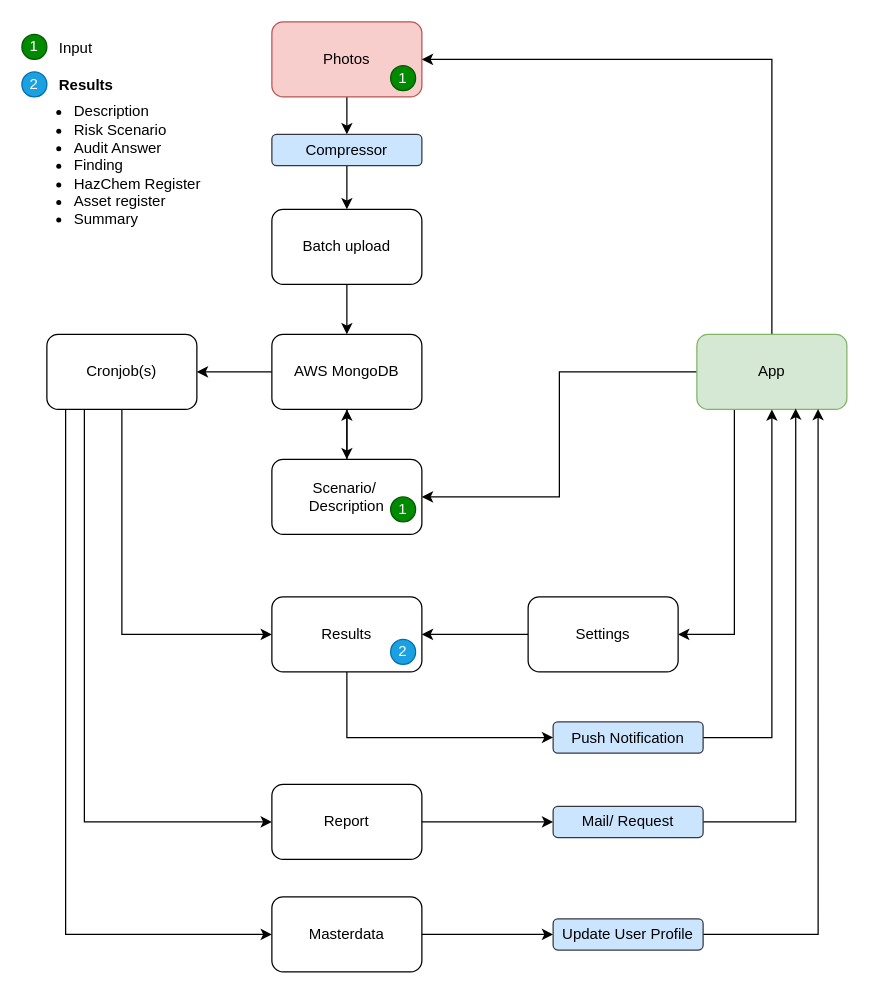
Above: App_Flow.drawio in beeplaced/audit-insight (draw.io), before the change. Source tidied: cells renumbered, new cells numbered last; positions are measured from the earlier drawing's top-left corner, leaving out a move shared by most shapes. Both pictures are drawn from the tidied source at 125%, with x=0, y=0 at pixel (21, 21).
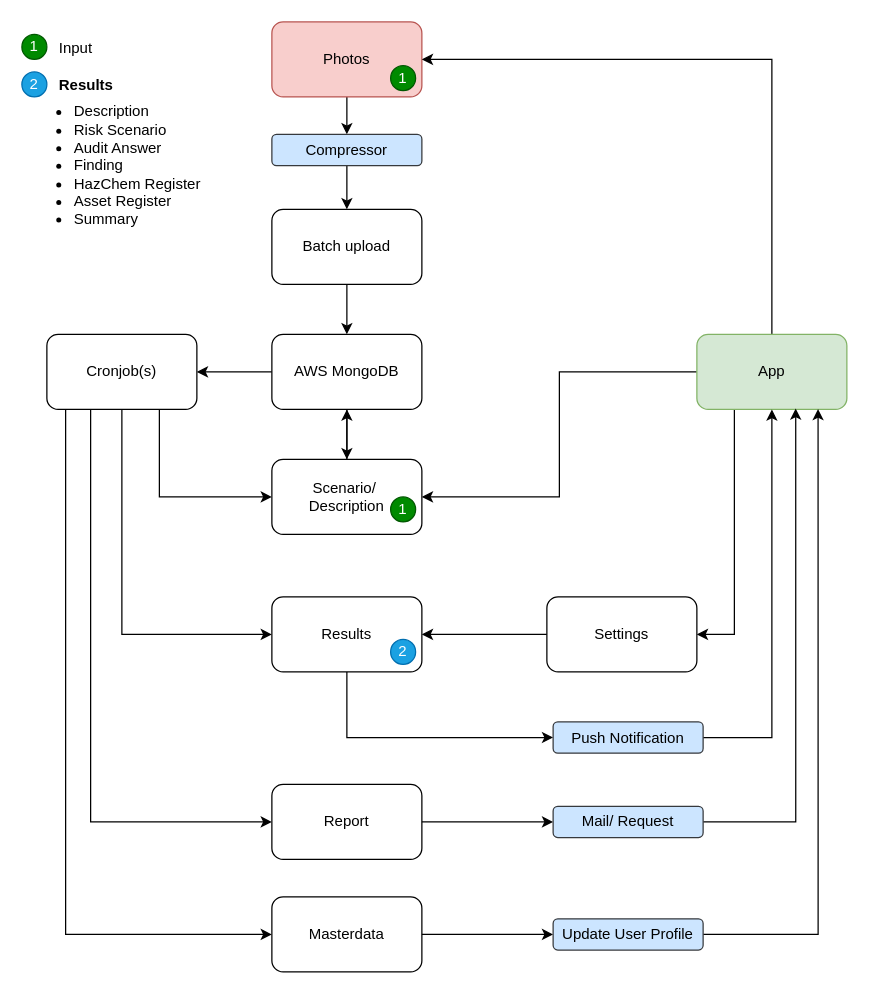
The same diagram, later.

Unchanged cells that the change refers to:
```xml
<mxCell id="12" value="Cronjob(s)" style="rounded=1;whiteSpace=wrap;html=1;" parent="1" vertex="1">
  <mxGeometry x="20" y="250" width="120" height="60" as="geometry" />
</mxCell>
<mxCell id="23" value="Scenario/&amp;nbsp;&lt;div&gt;Description&lt;/div&gt;" style="rounded=1;whiteSpace=wrap;html=1;" parent="1" vertex="1">
  <mxGeometry x="200" y="350" width="120" height="60" as="geometry" />
</mxCell>
<mxCell id="36" value="Report" style="rounded=1;whiteSpace=wrap;html=1;" parent="1" vertex="1">
  <mxGeometry x="200" y="610" width="120" height="60" as="geometry" />
</mxCell>
```

Diff of the diagram source:
```diff
@@
-    <mxCell id="10" style="edgeStyle=orthogonalEdgeStyle;rounded=0;jettySize=auto;html=1;entryX=0;entryY=0.5;entryDx=0;entryDy=0;exitX=0.25;exitY=1;exitDx=0;exitDy=0;" parent="1" edge="1" source="12" target="36">
-      <mxGeometry relative="1" as="geometry" />
+    <mxCell id="10" style="edgeStyle=orthogonalEdgeStyle;rounded=0;jettySize=auto;html=1;entryX=0;entryY=0.5;entryDx=0;entryDy=0;" parent="1" edge="1" target="36">
+      <mxGeometry relative="1" as="geometry">
+        <mxPoint x="55" y="310" as="sourcePoint" />
+        <Array as="points">
+          <mxPoint x="55" y="640" />
+        </Array>
+      </mxGeometry>
     </mxCell>
@@
+    <mxCell id="43" style="edgeStyle=orthogonalEdgeStyle;rounded=0;jettySize=auto;html=1;entryX=0;entryY=0.5;entryDx=0;entryDy=0;exitX=0.75;exitY=1;exitDx=0;exitDy=0;" parent="1" edge="1" source="12" target="23">
+      <mxGeometry relative="1" as="geometry" />
+    </mxCell>
@@
     <mxCell id="20" value="Settings" style="rounded=1;whiteSpace=wrap;html=1;" parent="1" vertex="1">
-      <mxGeometry x="405" y="460" width="120" height="60" as="geometry" />
+      <mxGeometry x="420" y="460" width="120" height="60" as="geometry" />
     </mxCell>
@@
-    <mxCell id="30" value="&lt;ul&gt;&lt;li&gt;Description&lt;/li&gt;&lt;li&gt;Risk Scenario&lt;/li&gt;&lt;li&gt;Audit Answer&lt;/li&gt;&lt;li&gt;Finding&lt;/li&gt;&lt;li&gt;HazChem Register&lt;/li&gt;&lt;li&gt;Asset register&lt;/li&gt;&lt;li&gt;Summary&lt;/li&gt;&lt;/ul&gt;" style="text;html=1;align=left;verticalAlign=middle;whiteSpace=wrap;rounded=0;" parent="1" vertex="1">
+    <mxCell id="30" value="&lt;ul&gt;&lt;li&gt;Description&lt;/li&gt;&lt;li&gt;Risk Scenario&lt;/li&gt;&lt;li&gt;Audit Answer&lt;/li&gt;&lt;li&gt;Finding&lt;/li&gt;&lt;li&gt;HazChem Register&lt;/li&gt;&lt;li&gt;Asset Register&lt;/li&gt;&lt;li&gt;Summary&lt;/li&gt;&lt;/ul&gt;" style="text;html=1;align=left;verticalAlign=middle;whiteSpace=wrap;rounded=0;" parent="1" vertex="1">
       <mxGeometry y="100" width="207" height="30" as="geometry" />
     </mxCell>
```
